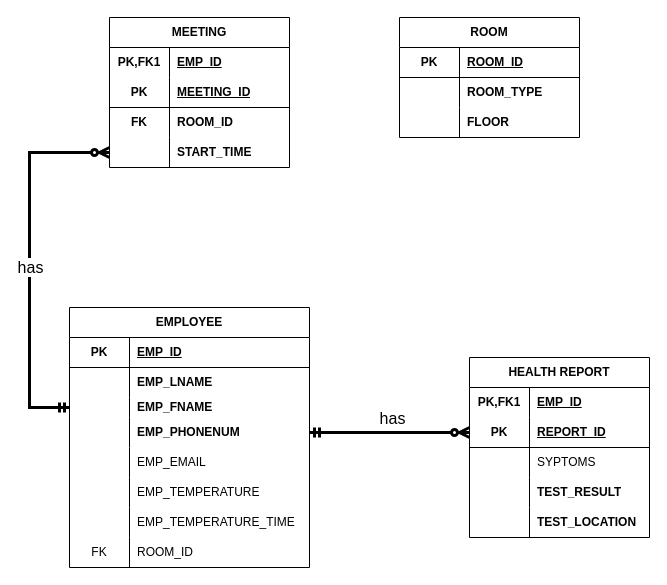
Above: hw1.drawio in Eren-Jeager123/ERD-COVID (draw.io), before the change. Source tidied: cells renumbered, new cells numbered last; positions are measured from the earlier drawing's top-left corner, leaving out a move shared by most shapes. Both pictures are drawn from the tidied source at 100%, with x=0, y=0 at pixel (29, 17).
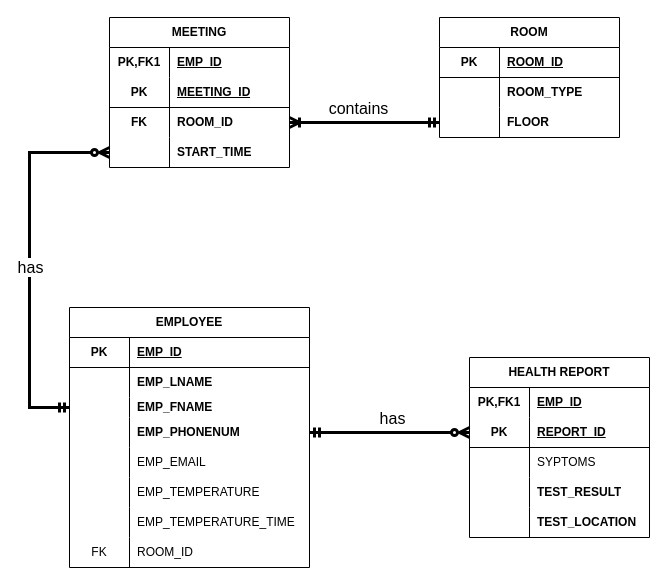
The same diagram, later.

Unchanged cells that the change refers to:
```xml
<mxCell id="52" style="shape=tableRow;horizontal=0;startSize=0;swimlaneHead=0;swimlaneBody=0;fillColor=none;points=[[0,0.5],[1,0.5]];portConstraint=eastwest;top=0;left=0;right=0;bottom=0;html=1;fontStyle=0;" parent="45" vertex="1">
  <mxGeometry y="90" width="180" height="30" as="geometry" />
</mxCell>
<mxCell id="62" style="shape=tableRow;horizontal=0;startSize=0;swimlaneHead=0;swimlaneBody=0;fillColor=none;points=[[0,0.5],[1,0.5]];portConstraint=eastwest;top=0;left=0;right=0;bottom=0;html=1;" parent="55" vertex="1">
  <mxGeometry y="90" width="180" height="30" as="geometry" />
</mxCell>
```

Change to the diagram source:
```diff
@@
     <mxCell id="45" value="ROOM" style="shape=table;startSize=30;childLayout=tableLayout;rowLines=0;fontStyle=1;align=center;html=1;whiteSpace=wrap;" parent="1" vertex="1">
-      <mxGeometry x="370" width="180" height="120" as="geometry" />
+      <mxGeometry x="410" width="180" height="120" as="geometry" />
     </mxCell>
@@
+    <mxCell id="70" style="edgeStyle=orthogonalEdgeStyle;rounded=0;jettySize=auto;html=1;exitX=1;exitY=0.5;exitDx=0;exitDy=0;entryX=0;entryY=0.5;entryDx=0;entryDy=0;strokeWidth=3;endArrow=ERmandOne;endFill=0;startArrow=ERoneToMany;startFill=0;" parent="1" edge="1" source="62" target="52">
+      <mxGeometry relative="1" as="geometry" />
+    </mxCell>
+    <mxCell id="71" value="&lt;font style=&quot;font-size: 16px;&quot;&gt;contains&lt;/font&gt;" style="edgeLabel;html=1;align=center;verticalAlign=middle;" parent="70" vertex="1">
+      <mxGeometry x="-0.09" y="2" relative="1" as="geometry">
+        <mxPoint y="-13" as="offset" />
+      </mxGeometry>
+    </mxCell>
```
